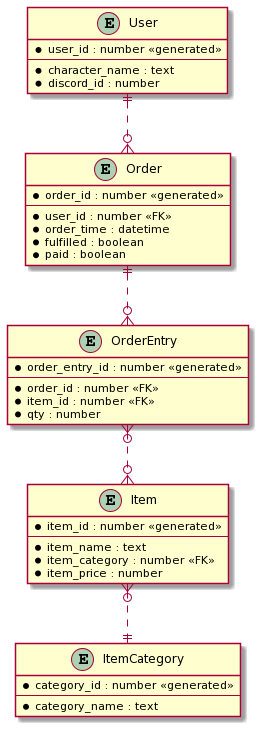
Before: docs/order_bot_entity_relationship_diagram.png, a diagram exported from PlantUML (msadowskigraduate/unafamilia).
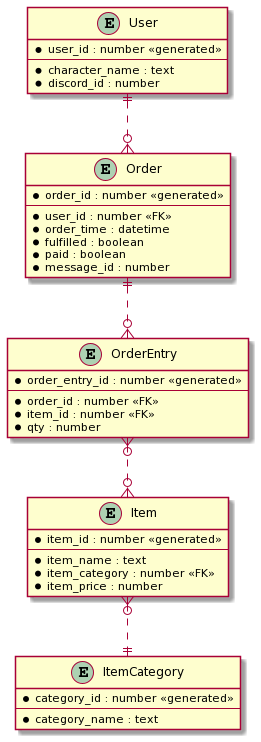
After the change.

Commit message:
updated entity relationship diagram image

Diff of the diagram source:
```diff
@@ -13,6 +13,7 @@
     *order_time : datetime
     *fulfilled : boolean
     *paid : boolean
+    *message_id : number
 }
 
 entity "OrderEntry" as order_entry{
```
